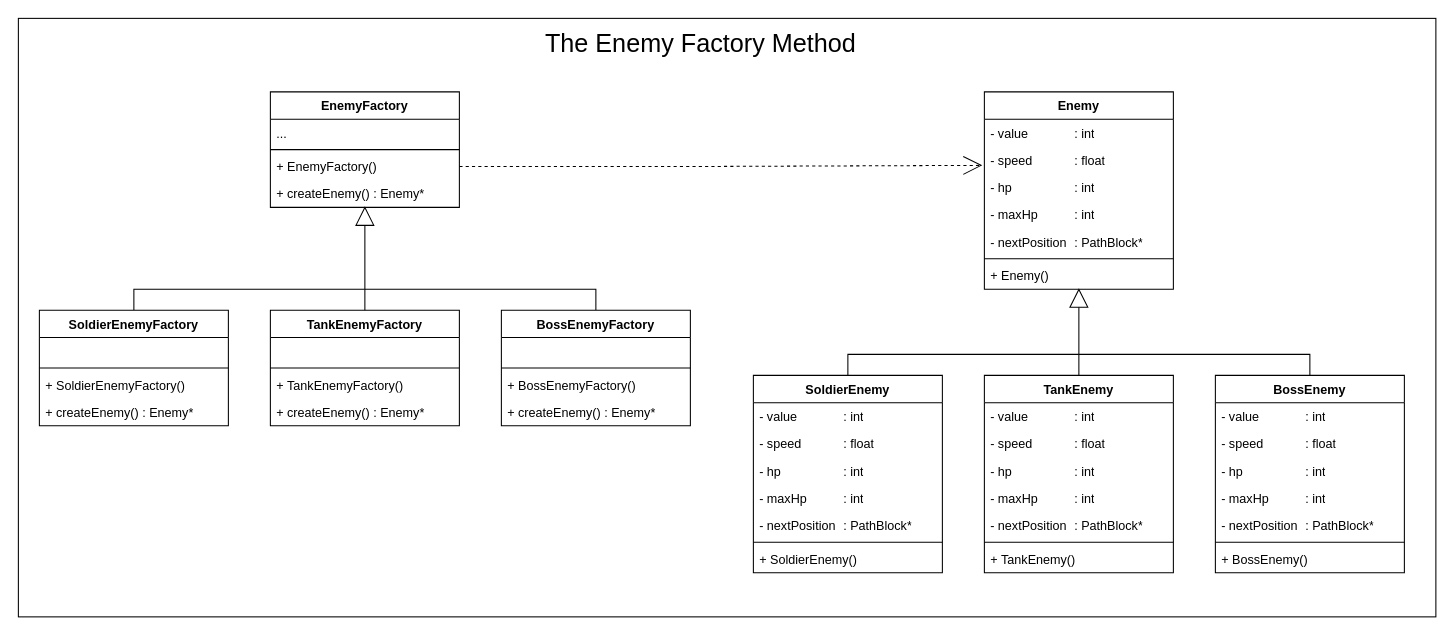
This is page "EnemyFactories" (1 of 3) of 文档/URL.drawio from QinCheng0928/Cocos2d, a draw.io file, before an edit. Source tidied: cells renumbered, new cells numbered last; positions are measured from the earlier drawing's top-left corner, leaving out a move shared by most shapes. Both pictures are drawn from the tidied source at 105%, with x=0, y=0 at pixel (18, 18).
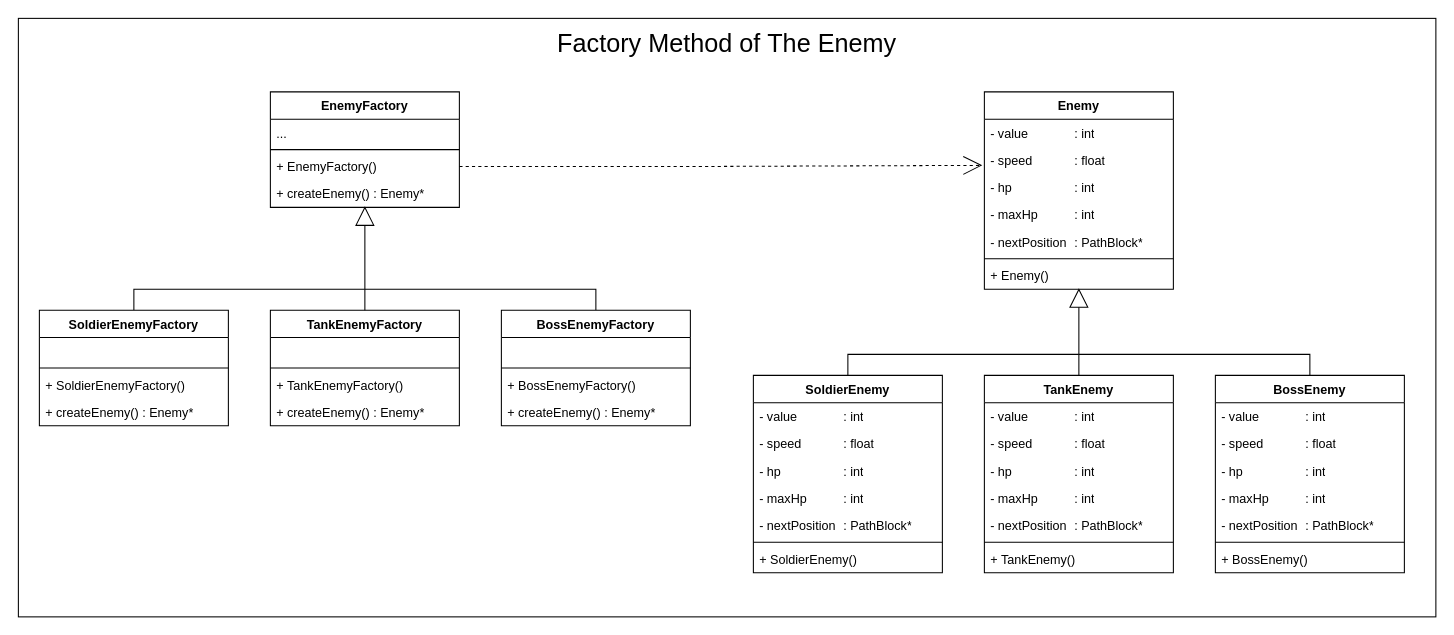
After the change.

The change refers to these unchanged cells:
```xml
<mxCell id="2" style="group;" parent="1" vertex="1">
  <mxGeometry width="1350" height="570" as="geometry" />
</mxCell>
```

Diff of the diagram source:
```diff
@@
-    <mxCell id="63" value="&lt;font style=&quot;font-size: 24px;&quot;&gt;The Enemy Factory Method&lt;/font&gt;" style="text;html=1;align=center;verticalAlign=middle;whiteSpace=wrap;rounded=0;" parent="2" vertex="1">
-      <mxGeometry x="500" y="10" width="300" height="30" as="geometry" />
+    <mxCell id="63" value="&lt;font style=&quot;font-size: 24px;&quot;&gt;Factory Method of&amp;nbsp;&lt;/font&gt;&lt;span style=&quot;font-size: 24px;&quot;&gt;The Enemy&lt;/span&gt;" style="text;html=1;align=center;verticalAlign=middle;whiteSpace=wrap;rounded=0;" parent="2" vertex="1">
+      <mxGeometry x="498" y="10" width="354" height="30" as="geometry" />
     </mxCell>
```
